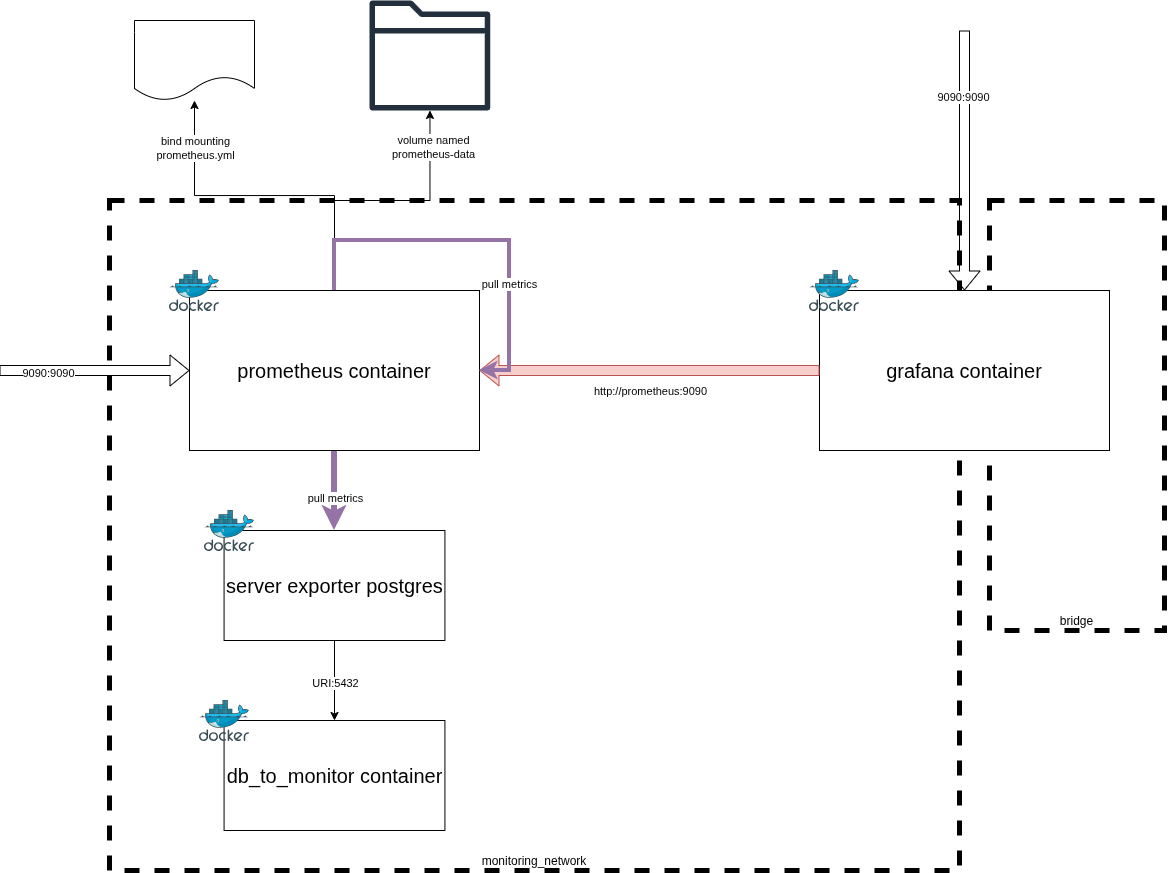
Before: images/schema-monitoring-grafana-pg.drawio.png, a diagram exported from draw.io (argonaultes-education/hexagone-3b-3INSI-2026). Source tidied: cells renumbered, new cells last; positions are measured from the earlier drawing's top-left corner, leaving out a move shared by most shapes. Its diagram source:
```xml
<mxGraphModel>
  <root>
    <mxCell id="0" />
    <mxCell id="1" parent="0" />
    <mxCell id="2" value="bridge" style="rounded=0;whiteSpace=wrap;html=1;fillColor=none;dashed=1;strokeWidth=5;verticalAlign=bottom;" parent="1" vertex="1">
      <mxGeometry x="990" y="200" width="175" height="430" as="geometry" />
    </mxCell>
    <mxCell id="3" value="monitoring_network" style="rounded=0;whiteSpace=wrap;html=1;fillColor=none;dashed=1;strokeWidth=5;verticalAlign=bottom;" parent="1" vertex="1">
      <mxGeometry x="110" y="200" width="850" height="670" as="geometry" />
    </mxCell>
    <mxCell id="4" style="edgeStyle=orthogonalEdgeStyle;rounded=0;jettySize=auto;html=1;" parent="1" edge="1" source="10" target="12">
      <mxGeometry relative="1" as="geometry" />
    </mxCell>
    <mxCell id="5" value="bind mounting&lt;div&gt;prometheus.yml&lt;/div&gt;" style="edgeLabel;html=1;align=center;verticalAlign=middle;" parent="4" vertex="1">
      <mxGeometry x="0.71" relative="1" as="geometry" />
    </mxCell>
    <mxCell id="6" style="edgeStyle=orthogonalEdgeStyle;rounded=0;jettySize=auto;html=1;" parent="1" edge="1" source="10" target="13">
      <mxGeometry relative="1" as="geometry" />
    </mxCell>
    <mxCell id="7" value="volume named&lt;div&gt;prometheus-data&lt;/div&gt;" style="edgeLabel;html=1;align=center;verticalAlign=middle;" parent="6" vertex="1">
      <mxGeometry x="0.74" y="-3" relative="1" as="geometry" />
    </mxCell>
    <mxCell id="8" style="edgeStyle=orthogonalEdgeStyle;rounded=0;jettySize=auto;html=1;fillColor=#e1d5e7;strokeColor=#9673a6;strokeWidth=6;" parent="1" edge="1" source="10" target="28">
      <mxGeometry relative="1" as="geometry" />
    </mxCell>
    <mxCell id="9" value="pull metrics" style="edgeLabel;html=1;align=center;verticalAlign=middle;" parent="8" vertex="1">
      <mxGeometry x="0.17" relative="1" as="geometry" />
    </mxCell>
    <mxCell id="10" value="prometheus container" style="rounded=0;whiteSpace=wrap;html=1;fontSize=20;" parent="1" vertex="1">
      <mxGeometry x="190" y="290" width="290" height="160" as="geometry" />
    </mxCell>
    <mxCell id="11" style="image;sketch=0;html=1;align=center;fontSize=12;image=img/lib/mscae/Docker.svg;" parent="1" vertex="1">
      <mxGeometry x="170" y="270" width="50" height="41" as="geometry" />
    </mxCell>
    <mxCell id="12" style="shape=document;whiteSpace=wrap;html=1;boundedLbl=1;" parent="1" vertex="1">
      <mxGeometry x="135" y="20" width="120" height="80" as="geometry" />
    </mxCell>
    <mxCell id="13" style="sketch=0;outlineConnect=0;fontColor=#232F3E;gradientColor=none;fillColor=#232F3D;strokeColor=none;dashed=0;verticalLabelPosition=bottom;verticalAlign=top;align=center;html=1;fontSize=12;fontStyle=0;shape=mxgraph.aws4.folder;" parent="1" vertex="1">
      <mxGeometry x="370" width="120.8" height="110" as="geometry" />
    </mxCell>
    <mxCell id="14" value="grafana container" style="rounded=0;whiteSpace=wrap;html=1;fontSize=20;" parent="1" vertex="1">
      <mxGeometry x="820" y="290" width="290" height="160" as="geometry" />
    </mxCell>
    <mxCell id="15" style="image;sketch=0;html=1;align=center;fontSize=12;image=img/lib/mscae/Docker.svg;" parent="1" vertex="1">
      <mxGeometry x="810" y="270" width="50" height="41" as="geometry" />
    </mxCell>
    <mxCell id="16" style="shape=flexArrow;endArrow=classic;html=1;rounded=0;" parent="1" edge="1" target="10">
      <mxGeometry relative="1" as="geometry">
        <mxPoint y="370" as="sourcePoint" />
      </mxGeometry>
    </mxCell>
    <mxCell id="17" value="9090:9090" style="edgeLabel;html=1;align=center;verticalAlign=middle;" parent="16" vertex="1">
      <mxGeometry x="-0.49" y="-2" relative="1" as="geometry" />
    </mxCell>
    <mxCell id="18" style="shape=flexArrow;endArrow=classic;html=1;rounded=0;" parent="1" edge="1" target="14">
      <mxGeometry relative="1" as="geometry">
        <mxPoint x="965" y="30" as="sourcePoint" />
      </mxGeometry>
    </mxCell>
    <mxCell id="19" value="9090:9090" style="edgeLabel;html=1;align=center;verticalAlign=middle;" parent="18" vertex="1">
      <mxGeometry x="-0.49" y="-2" relative="1" as="geometry" />
    </mxCell>
    <mxCell id="20" style="shape=flexArrow;endArrow=classic;html=1;rounded=0;fillColor=#f8cecc;strokeColor=#b85450;exitX=0;exitY=0.5;exitDx=0;exitDy=0;entryX=1;entryY=0.5;entryDx=0;entryDy=0;" parent="1" edge="1" source="14" target="10">
      <mxGeometry relative="1" as="geometry" />
    </mxCell>
    <mxCell id="21" value="http://prometheus:9090" style="edgeLabel;html=1;align=center;verticalAlign=middle;" parent="20" vertex="1">
      <mxGeometry x="-0.1" y="-3" relative="1" as="geometry">
        <mxPoint x="-17" y="23" as="offset" />
      </mxGeometry>
    </mxCell>
    <mxCell id="22" value="db_to_monitor container" style="rounded=0;whiteSpace=wrap;html=1;fontSize=20;" parent="1" vertex="1">
      <mxGeometry x="224.6" y="720" width="220.8" height="110" as="geometry" />
    </mxCell>
    <mxCell id="23" style="image;sketch=0;html=1;align=center;fontSize=12;image=img/lib/mscae/Docker.svg;" parent="1" vertex="1">
      <mxGeometry x="200" y="700" width="50" height="41" as="geometry" />
    </mxCell>
    <mxCell id="24" style="edgeStyle=orthogonalEdgeStyle;rounded=0;orthogonalLoop=1;jettySize=auto;html=1;entryX=1;entryY=0.5;entryDx=0;entryDy=0;fillColor=#e1d5e7;strokeColor=#9673a6;strokeWidth=4;" parent="1" edge="1" source="10" target="10">
      <mxGeometry relative="1" as="geometry">
        <Array as="points">
          <mxPoint x="335" y="240" />
          <mxPoint x="510" y="240" />
          <mxPoint x="510" y="370" />
        </Array>
      </mxGeometry>
    </mxCell>
    <mxCell id="25" value="pull metrics" style="edgeLabel;html=1;align=center;verticalAlign=middle;" parent="24" vertex="1">
      <mxGeometry x="0.4" relative="1" as="geometry" />
    </mxCell>
    <mxCell id="26" style="edgeStyle=orthogonalEdgeStyle;rounded=0;jettySize=auto;html=1;" parent="1" edge="1" source="28" target="22">
      <mxGeometry relative="1" as="geometry" />
    </mxCell>
    <mxCell id="27" value="URI:5432" style="edgeLabel;html=1;align=center;verticalAlign=middle;" parent="26" vertex="1">
      <mxGeometry x="0.05" relative="1" as="geometry" />
    </mxCell>
    <mxCell id="28" value="server exporter postgres" style="rounded=0;whiteSpace=wrap;html=1;fontSize=20;" parent="1" vertex="1">
      <mxGeometry x="224.6" y="530" width="220.8" height="110" as="geometry" />
    </mxCell>
    <mxCell id="29" style="image;sketch=0;html=1;align=center;fontSize=12;image=img/lib/mscae/Docker.svg;" parent="1" vertex="1">
      <mxGeometry x="205" y="510" width="50" height="41" as="geometry" />
    </mxCell>
  </root>
</mxGraphModel>
```
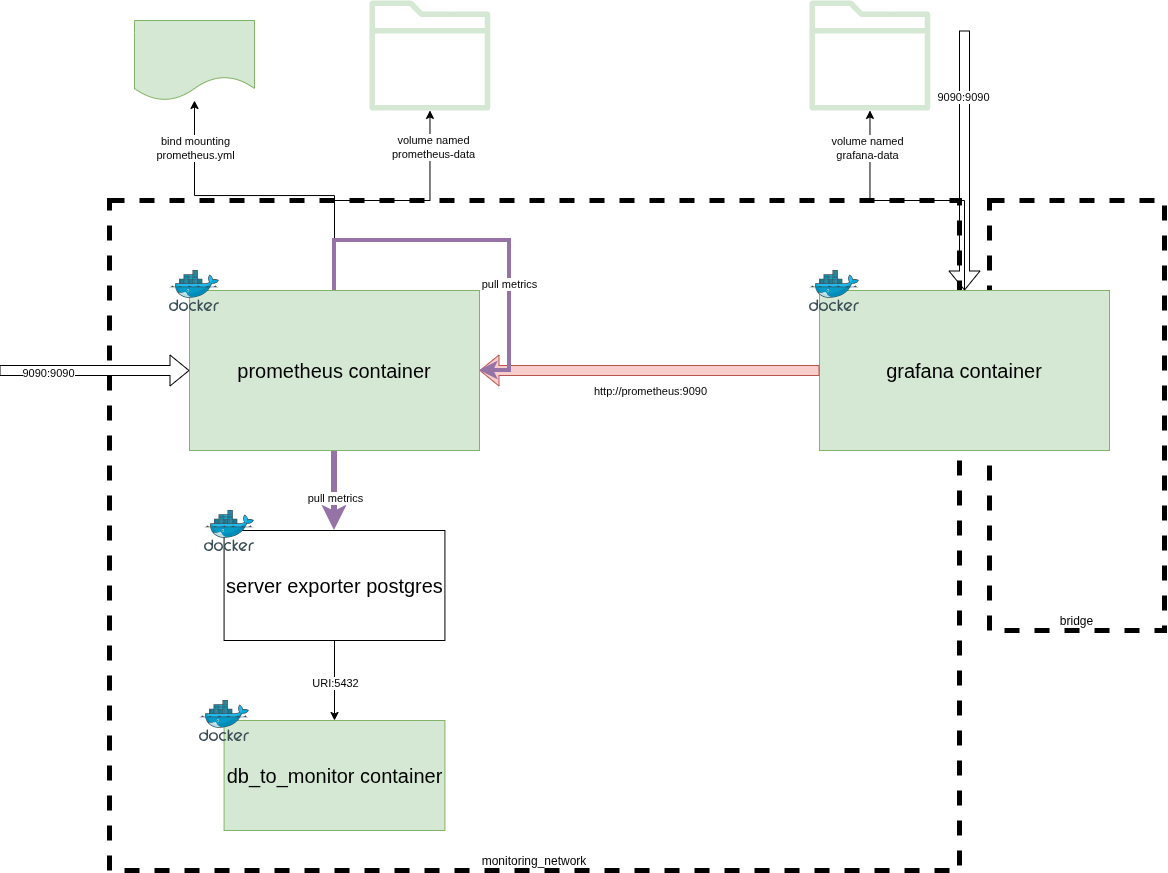
Later version of the same file.

Commit message:
data volume grafana

What changed in the source:
```diff
@@ -26,19 +26,25 @@
     <mxCell id="9" value="pull metrics" style="edgeLabel;html=1;align=center;verticalAlign=middle;" parent="8" vertex="1">
       <mxGeometry x="0.17" relative="1" as="geometry" />
     </mxCell>
-    <mxCell id="10" value="prometheus container" style="rounded=0;whiteSpace=wrap;html=1;fontSize=20;" parent="1" vertex="1">
+    <mxCell id="10" value="prometheus container" style="rounded=0;whiteSpace=wrap;html=1;fontSize=20;fillColor=#d5e8d4;strokeColor=#82b366;" parent="1" vertex="1">
       <mxGeometry x="190" y="290" width="290" height="160" as="geometry" />
     </mxCell>
     <mxCell id="11" style="image;sketch=0;html=1;align=center;fontSize=12;image=img/lib/mscae/Docker.svg;" parent="1" vertex="1">
       <mxGeometry x="170" y="270" width="50" height="41" as="geometry" />
     </mxCell>
-    <mxCell id="12" style="shape=document;whiteSpace=wrap;html=1;boundedLbl=1;" parent="1" vertex="1">
+    <mxCell id="12" style="shape=document;whiteSpace=wrap;html=1;boundedLbl=1;fillColor=#d5e8d4;strokeColor=#82b366;" parent="1" vertex="1">
       <mxGeometry x="135" y="20" width="120" height="80" as="geometry" />
     </mxCell>
-    <mxCell id="13" style="sketch=0;outlineConnect=0;fontColor=#232F3E;gradientColor=none;fillColor=#232F3D;strokeColor=none;dashed=0;verticalLabelPosition=bottom;verticalAlign=top;align=center;html=1;fontSize=12;fontStyle=0;shape=mxgraph.aws4.folder;" parent="1" vertex="1">
+    <mxCell id="13" style="sketch=0;outlineConnect=0;fillColor=#d5e8d4;strokeColor=#82b366;dashed=0;verticalLabelPosition=bottom;verticalAlign=top;align=center;html=1;fontSize=12;fontStyle=0;shape=mxgraph.aws4.folder;" parent="1" vertex="1">
       <mxGeometry x="370" width="120.8" height="110" as="geometry" />
     </mxCell>
+    <mxCell id="30" style="edgeStyle=orthogonalEdgeStyle;rounded=0;jettySize=auto;html=1;" parent="1" edge="1" source="14" target="32">
+      <mxGeometry relative="1" as="geometry" />
+    </mxCell>
+    <mxCell id="31" value="volume named&lt;div&gt;grafana-data&lt;/div&gt;" style="edgeLabel;html=1;align=center;verticalAlign=middle;" parent="30" vertex="1">
+      <mxGeometry x="0.72" y="3" relative="1" as="geometry" />
+    </mxCell>
-    <mxCell id="14" value="grafana container" style="rounded=0;whiteSpace=wrap;html=1;fontSize=20;" parent="1" vertex="1">
+    <mxCell id="14" value="grafana container" style="rounded=0;whiteSpace=wrap;html=1;fontSize=20;fillColor=#d5e8d4;strokeColor=#82b366;" parent="1" vertex="1">
       <mxGeometry x="820" y="290" width="290" height="160" as="geometry" />
     </mxCell>
     <mxCell id="15" style="image;sketch=0;html=1;align=center;fontSize=12;image=img/lib/mscae/Docker.svg;" parent="1" vertex="1">
@@ -68,7 +74,7 @@
         <mxPoint x="-17" y="23" as="offset" />
       </mxGeometry>
     </mxCell>
-    <mxCell id="22" value="db_to_monitor container" style="rounded=0;whiteSpace=wrap;html=1;fontSize=20;" parent="1" vertex="1">
+    <mxCell id="22" value="db_to_monitor container" style="rounded=0;whiteSpace=wrap;html=1;fontSize=20;fillColor=#d5e8d4;strokeColor=#82b366;" parent="1" vertex="1">
       <mxGeometry x="224.6" y="720" width="220.8" height="110" as="geometry" />
     </mxCell>
     <mxCell id="23" style="image;sketch=0;html=1;align=center;fontSize=12;image=img/lib/mscae/Docker.svg;" parent="1" vertex="1">
@@ -98,5 +104,8 @@
     <mxCell id="29" style="image;sketch=0;html=1;align=center;fontSize=12;image=img/lib/mscae/Docker.svg;" parent="1" vertex="1">
       <mxGeometry x="205" y="510" width="50" height="41" as="geometry" />
     </mxCell>
+    <mxCell id="32" style="sketch=0;outlineConnect=0;fillColor=#d5e8d4;strokeColor=#82b366;dashed=0;verticalLabelPosition=bottom;verticalAlign=top;align=center;html=1;fontSize=12;fontStyle=0;shape=mxgraph.aws4.folder;" parent="1" vertex="1">
+      <mxGeometry x="810" width="120.8" height="110" as="geometry" />
+    </mxCell>
   </root>
 </mxGraphModel>
```
